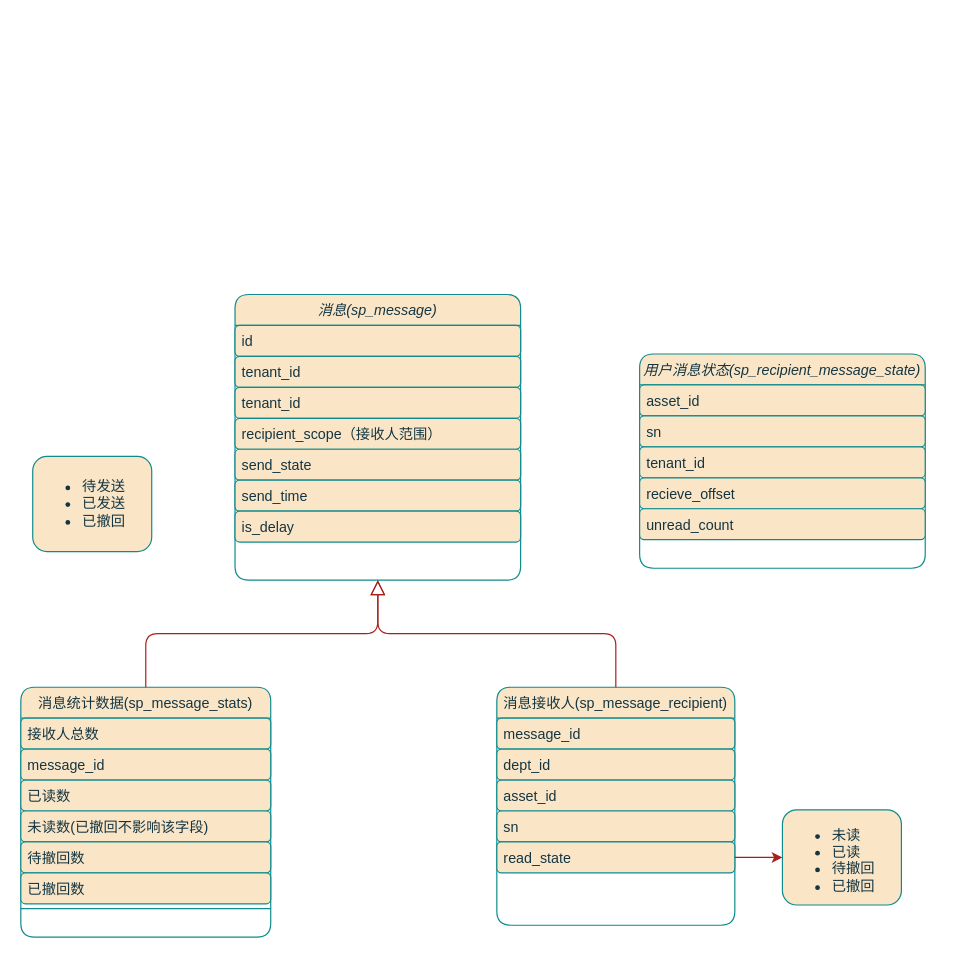
jiswordsman/diagram keeps this draw.io diagram as work/service_portal/F9消息通知类图.drawio. Above is the earlier version. Source tidied: cells renumbered, new cells numbered last; positions are measured from the earlier drawing's top-left corner, leaving out a move shared by most shapes. Both pictures are drawn from the tidied source at 119%, with x=0, y=0 at pixel (20, 294).
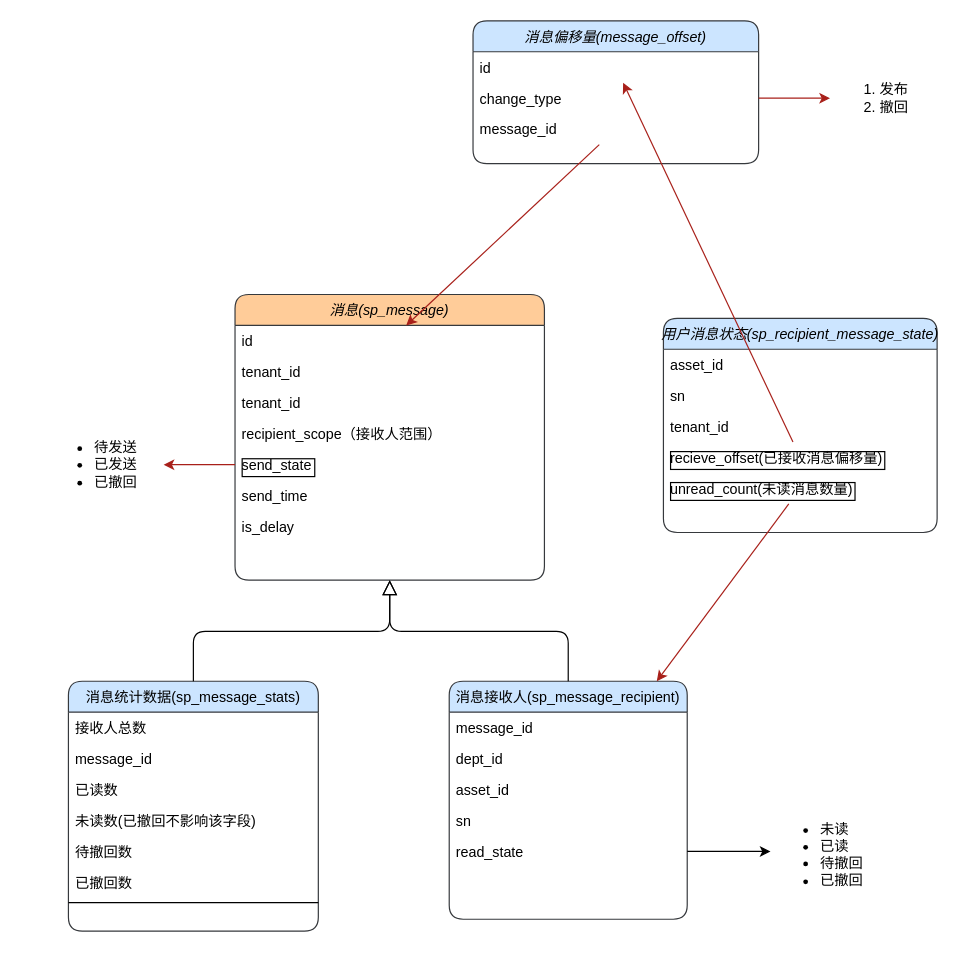
The same page after the edit.

Commit message:
更新F9消息通知类图.drawio

What changed in the source:
```diff
@@
-    <mxCell id="2" value="消息(sp_message)" style="swimlane;fontStyle=2;align=center;verticalAlign=top;horizontal=1;startSize=26;rounded=1;shadow=0;strokeWidth=1;fillColor=#FAE5C7;strokeColor=#0F8B8D;labelBackgroundColor=none;fontColor=#143642;" parent="1" vertex="1">
-      <mxGeometry x="180" width="240" height="240" as="geometry" />
+    <mxCell id="2" value="消息(sp_message)" style="swimlane;fontStyle=2;align=center;verticalAlign=top;horizontal=1;startSize=26;rounded=1;shadow=0;strokeWidth=1;labelBackgroundColor=none;fillColor=#ffcc99;strokeColor=#36393d;" parent="1" vertex="1">
+      <mxGeometry x="180" width="260" height="240" as="geometry" />
     </mxCell>
-    <mxCell id="3" value="id" style="text;align=left;verticalAlign=top;spacingLeft=4;spacingRight=4;overflow=hidden;points=[[0,0.5],[1,0.5]];portConstraint=eastwest;fillColor=#FAE5C7;strokeColor=#0F8B8D;rounded=1;labelBackgroundColor=none;fontColor=#143642;" parent="2" vertex="1">
-      <mxGeometry y="26" width="240" height="26" as="geometry" />
+    <mxCell id="3" value="id" style="text;align=left;verticalAlign=top;spacingLeft=4;spacingRight=4;overflow=hidden;points=[[0,0.5],[1,0.5]];portConstraint=eastwest;rounded=1;labelBackgroundColor=none;" parent="2" vertex="1">
+      <mxGeometry y="26" width="260" height="26" as="geometry" />
     </mxCell>
-    <mxCell id="4" value="tenant_id" style="text;align=left;verticalAlign=top;spacingLeft=4;spacingRight=4;overflow=hidden;rounded=1;shadow=0;html=0;fillColor=#FAE5C7;strokeColor=#0F8B8D;labelBackgroundColor=none;fontColor=#143642;" parent="2" vertex="1">
-      <mxGeometry y="52" width="240" height="26" as="geometry" />
+    <mxCell id="4" value="tenant_id" style="text;align=left;verticalAlign=top;spacingLeft=4;spacingRight=4;overflow=hidden;rounded=1;shadow=0;html=0;labelBackgroundColor=none;" parent="2" vertex="1">
+      <mxGeometry y="52" width="260" height="26" as="geometry" />
     </mxCell>
-    <mxCell id="5" value="tenant_id" style="text;align=left;verticalAlign=top;spacingLeft=4;spacingRight=4;overflow=hidden;rounded=1;shadow=0;html=0;fillColor=#FAE5C7;strokeColor=#0F8B8D;labelBackgroundColor=none;fontColor=#143642;" parent="2" vertex="1">
-      <mxGeometry y="78" width="240" height="26" as="geometry" />
+    <mxCell id="5" value="tenant_id" style="text;align=left;verticalAlign=top;spacingLeft=4;spacingRight=4;overflow=hidden;rounded=1;shadow=0;html=0;labelBackgroundColor=none;" parent="2" vertex="1">
+      <mxGeometry y="78" width="260" height="26" as="geometry" />
     </mxCell>
-    <mxCell id="6" value="recipient_scope（接收人范围）" style="text;align=left;verticalAlign=top;spacingLeft=4;spacingRight=4;overflow=hidden;rounded=1;shadow=0;html=0;fillColor=#FAE5C7;strokeColor=#0F8B8D;labelBackgroundColor=none;fontColor=#143642;" parent="2" vertex="1">
-      <mxGeometry y="104" width="240" height="26" as="geometry" />
+    <mxCell id="6" value="recipient_scope（接收人范围）" style="text;align=left;verticalAlign=top;spacingLeft=4;spacingRight=4;overflow=hidden;rounded=1;shadow=0;html=0;labelBackgroundColor=none;" parent="2" vertex="1">
+      <mxGeometry y="104" width="260" height="26" as="geometry" />
     </mxCell>
-    <mxCell id="7" value="send_state" style="text;align=left;verticalAlign=top;spacingLeft=4;spacingRight=4;overflow=hidden;points=[[0,0.5],[1,0.5]];portConstraint=eastwest;rounded=1;shadow=0;html=0;fillColor=#FAE5C7;strokeColor=#0F8B8D;labelBackgroundColor=none;fontColor=#143642;" parent="2" vertex="1">
-      <mxGeometry y="130" width="240" height="26" as="geometry" />
+    <mxCell id="7" value="send_state" style="text;align=left;verticalAlign=top;spacingLeft=4;spacingRight=4;overflow=hidden;points=[[0,0.5],[1,0.5]];portConstraint=eastwest;rounded=1;shadow=0;html=0;labelBackgroundColor=none;labelBorderColor=default;" parent="2" vertex="1">
+      <mxGeometry y="130" width="260" height="26" as="geometry" />
     </mxCell>
-    <mxCell id="8" value="send_time" style="text;align=left;verticalAlign=top;spacingLeft=4;spacingRight=4;overflow=hidden;rounded=1;shadow=0;html=0;fillColor=#FAE5C7;strokeColor=#0F8B8D;labelBackgroundColor=none;fontColor=#143642;" parent="2" vertex="1">
-      <mxGeometry y="156" width="240" height="26" as="geometry" />
+    <mxCell id="8" value="send_time" style="text;align=left;verticalAlign=top;spacingLeft=4;spacingRight=4;overflow=hidden;rounded=1;shadow=0;html=0;labelBackgroundColor=none;" parent="2" vertex="1">
+      <mxGeometry y="156" width="260" height="26" as="geometry" />
     </mxCell>
-    <mxCell id="9" value="is_delay" style="text;align=left;verticalAlign=top;spacingLeft=4;spacingRight=4;overflow=hidden;rounded=1;shadow=0;html=0;fillColor=#FAE5C7;strokeColor=#0F8B8D;labelBackgroundColor=none;fontColor=#143642;" parent="2" vertex="1">
-      <mxGeometry y="182" width="240" height="26" as="geometry" />
+    <mxCell id="9" value="is_delay" style="text;align=left;verticalAlign=top;spacingLeft=4;spacingRight=4;overflow=hidden;rounded=1;shadow=0;html=0;labelBackgroundColor=none;" parent="2" vertex="1">
+      <mxGeometry y="182" width="260" height="26" as="geometry" />
     </mxCell>
-    <mxCell id="10" value="消息接收人(sp_message_recipient)" style="swimlane;fontStyle=0;align=center;verticalAlign=top;horizontal=1;startSize=26;rounded=1;shadow=0;strokeWidth=1;fillColor=#FAE5C7;strokeColor=#0F8B8D;labelBackgroundColor=none;fontColor=#143642;" parent="1" vertex="1">
-      <mxGeometry x="400" y="330" width="200" height="200" as="geometry" />
+    <mxCell id="10" value="消息接收人(sp_message_recipient)" style="swimlane;fontStyle=0;align=center;verticalAlign=top;horizontal=1;startSize=26;rounded=1;shadow=0;strokeWidth=1;labelBackgroundColor=none;fillColor=#cce5ff;strokeColor=#36393d;" parent="1" vertex="1">
+      <mxGeometry x="360" y="325" width="200" height="200" as="geometry" />
     </mxCell>
-    <mxCell id="11" value="message_id" style="text;align=left;verticalAlign=top;spacingLeft=4;spacingRight=4;overflow=hidden;fillColor=#FAE5C7;strokeColor=#0F8B8D;rounded=1;labelBackgroundColor=none;fontColor=#143642;" parent="10" vertex="1">
+    <mxCell id="11" value="message_id" style="text;align=left;verticalAlign=top;spacingLeft=4;spacingRight=4;overflow=hidden;rounded=1;labelBackgroundColor=none;" parent="10" vertex="1">
       <mxGeometry y="26" width="200" height="26" as="geometry" />
     </mxCell>
-    <mxCell id="12" value="dept_id" style="text;align=left;verticalAlign=top;spacingLeft=4;spacingRight=4;overflow=hidden;rounded=1;shadow=0;html=0;fillColor=#FAE5C7;strokeColor=#0F8B8D;labelBackgroundColor=none;fontColor=#143642;" parent="10" vertex="1">
+    <mxCell id="12" value="dept_id" style="text;align=left;verticalAlign=top;spacingLeft=4;spacingRight=4;overflow=hidden;rounded=1;shadow=0;html=0;labelBackgroundColor=none;" parent="10" vertex="1">
       <mxGeometry y="52" width="200" height="26" as="geometry" />
     </mxCell>
-    <mxCell id="13" value="asset_id" style="text;align=left;verticalAlign=top;spacingLeft=4;spacingRight=4;overflow=hidden;rounded=1;shadow=0;html=0;fillColor=#FAE5C7;strokeColor=#0F8B8D;labelBackgroundColor=none;fontColor=#143642;" parent="10" vertex="1">
+    <mxCell id="13" value="asset_id" style="text;align=left;verticalAlign=top;spacingLeft=4;spacingRight=4;overflow=hidden;rounded=1;shadow=0;html=0;labelBackgroundColor=none;" parent="10" vertex="1">
       <mxGeometry y="78" width="200" height="26" as="geometry" />
     </mxCell>
-    <mxCell id="14" value="sn" style="text;align=left;verticalAlign=top;spacingLeft=4;spacingRight=4;overflow=hidden;rounded=1;shadow=0;html=0;fillColor=#FAE5C7;strokeColor=#0F8B8D;labelBackgroundColor=none;fontColor=#143642;" parent="10" vertex="1">
+    <mxCell id="14" value="sn" style="text;align=left;verticalAlign=top;spacingLeft=4;spacingRight=4;overflow=hidden;rounded=1;shadow=0;html=0;labelBackgroundColor=none;" parent="10" vertex="1">
       <mxGeometry y="104" width="200" height="26" as="geometry" />
     </mxCell>
-    <mxCell id="15" value="read_state" style="text;align=left;verticalAlign=top;spacingLeft=4;spacingRight=4;overflow=hidden;points=[[0,0.5],[1,0.5]];portConstraint=eastwest;rounded=1;shadow=0;html=0;fillColor=#FAE5C7;strokeColor=#0F8B8D;labelBackgroundColor=none;fontColor=#143642;" parent="10" vertex="1">
+    <mxCell id="15" value="read_state" style="text;align=left;verticalAlign=top;spacingLeft=4;spacingRight=4;overflow=hidden;points=[[0,0.5],[1,0.5]];portConstraint=eastwest;rounded=1;shadow=0;html=0;labelBackgroundColor=none;" parent="10" vertex="1">
       <mxGeometry y="130" width="200" height="26" as="geometry" />
     </mxCell>
-    <mxCell id="16" style="endArrow=block;endSize=10;endFill=0;shadow=0;strokeWidth=1;rounded=1;edgeStyle=elbowEdgeStyle;elbow=vertical;fillColor=#FAE5C7;strokeColor=#A8201A;labelBackgroundColor=none;fontColor=default;" parent="1" edge="1" source="10" target="2">
+    <mxCell id="16" style="endArrow=block;endSize=10;endFill=0;shadow=0;strokeWidth=1;rounded=1;edgeStyle=elbowEdgeStyle;elbow=vertical;labelBackgroundColor=none;fontColor=default;" parent="1" edge="1" source="10" target="2">
       <mxGeometry relative="1" as="geometry" />
     </mxCell>
-    <mxCell id="17" value="消息统计数据(sp_message_stats)" style="swimlane;fontStyle=0;align=center;verticalAlign=top;horizontal=1;startSize=26;rounded=1;shadow=0;strokeWidth=1;fillColor=#FAE5C7;strokeColor=#0F8B8D;labelBackgroundColor=none;fontColor=#143642;" parent="1" vertex="1">
-      <mxGeometry y="330" width="210" height="210" as="geometry" />
+    <mxCell id="17" value="消息统计数据(sp_message_stats)" style="swimlane;fontStyle=0;align=center;verticalAlign=top;horizontal=1;startSize=26;rounded=1;shadow=0;strokeWidth=1;labelBackgroundColor=none;fillColor=#cce5ff;strokeColor=#36393d;" parent="1" vertex="1">
+      <mxGeometry x="40" y="325" width="210" height="210" as="geometry" />
     </mxCell>
-    <mxCell id="18" value="接收人总数" style="text;align=left;verticalAlign=top;spacingLeft=4;spacingRight=4;overflow=hidden;fillColor=#FAE5C7;strokeColor=#0F8B8D;rounded=1;labelBackgroundColor=none;fontColor=#143642;" parent="17" vertex="1">
+    <mxCell id="18" value="接收人总数" style="text;align=left;verticalAlign=top;spacingLeft=4;spacingRight=4;overflow=hidden;rounded=1;labelBackgroundColor=none;" parent="17" vertex="1">
       <mxGeometry y="26" width="210" height="26" as="geometry" />
     </mxCell>
-    <mxCell id="19" value="message_id" style="text;align=left;verticalAlign=top;spacingLeft=4;spacingRight=4;overflow=hidden;fillColor=#FAE5C7;strokeColor=#0F8B8D;rounded=1;labelBackgroundColor=none;fontColor=#143642;" parent="17" vertex="1">
+    <mxCell id="19" value="message_id" style="text;align=left;verticalAlign=top;spacingLeft=4;spacingRight=4;overflow=hidden;rounded=1;labelBackgroundColor=none;" parent="17" vertex="1">
       <mxGeometry y="52" width="210" height="26" as="geometry" />
     </mxCell>
-    <mxCell id="20" value="已读数" style="text;align=left;verticalAlign=top;spacingLeft=4;spacingRight=4;overflow=hidden;fillColor=#FAE5C7;strokeColor=#0F8B8D;rounded=1;labelBackgroundColor=none;fontColor=#143642;" parent="17" vertex="1">
+    <mxCell id="20" value="已读数" style="text;align=left;verticalAlign=top;spacingLeft=4;spacingRight=4;overflow=hidden;rounded=1;labelBackgroundColor=none;" parent="17" vertex="1">
       <mxGeometry y="78" width="210" height="26" as="geometry" />
     </mxCell>
-    <mxCell id="21" value="未读数(已撤回不影响该字段)" style="text;align=left;verticalAlign=top;spacingLeft=4;spacingRight=4;overflow=hidden;fillColor=#FAE5C7;strokeColor=#0F8B8D;rounded=1;labelBackgroundColor=none;fontColor=#143642;" parent="17" vertex="1">
+    <mxCell id="21" value="未读数(已撤回不影响该字段)" style="text;align=left;verticalAlign=top;spacingLeft=4;spacingRight=4;overflow=hidden;rounded=1;labelBackgroundColor=none;" parent="17" vertex="1">
       <mxGeometry y="104" width="210" height="26" as="geometry" />
     </mxCell>
-    <mxCell id="22" value="待撤回数" style="text;align=left;verticalAlign=top;spacingLeft=4;spacingRight=4;overflow=hidden;fillColor=#FAE5C7;strokeColor=#0F8B8D;rounded=1;labelBackgroundColor=none;fontColor=#143642;" parent="17" vertex="1">
+    <mxCell id="22" value="待撤回数" style="text;align=left;verticalAlign=top;spacingLeft=4;spacingRight=4;overflow=hidden;rounded=1;labelBackgroundColor=none;" parent="17" vertex="1">
       <mxGeometry y="130" width="210" height="26" as="geometry" />
     </mxCell>
-    <mxCell id="23" value="已撤回数" style="text;align=left;verticalAlign=top;spacingLeft=4;spacingRight=4;overflow=hidden;fillColor=#FAE5C7;strokeColor=#0F8B8D;rounded=1;labelBackgroundColor=none;fontColor=#143642;" parent="17" vertex="1">
+    <mxCell id="23" value="已撤回数" style="text;align=left;verticalAlign=top;spacingLeft=4;spacingRight=4;overflow=hidden;rounded=1;labelBackgroundColor=none;" parent="17" vertex="1">
       <mxGeometry y="156" width="210" height="26" as="geometry" />
     </mxCell>
-    <mxCell id="24" style="line;html=1;strokeWidth=1;align=left;verticalAlign=middle;spacingTop=-1;spacingLeft=3;spacingRight=3;labelPosition=right;fillColor=#FAE5C7;strokeColor=#0F8B8D;rounded=1;labelBackgroundColor=none;fontColor=#143642;" parent="17" vertex="1">
+    <mxCell id="24" style="line;html=1;strokeWidth=1;align=left;verticalAlign=middle;spacingTop=-1;spacingLeft=3;spacingRight=3;labelPosition=right;rounded=1;labelBackgroundColor=none;" parent="17" vertex="1">
       <mxGeometry y="182" width="210" height="8" as="geometry" />
     </mxCell>
-    <mxCell id="25" style="endArrow=block;endSize=10;endFill=0;shadow=0;strokeWidth=1;rounded=1;edgeStyle=elbowEdgeStyle;elbow=vertical;fillColor=#FAE5C7;strokeColor=#A8201A;labelBackgroundColor=none;fontColor=default;" parent="1" edge="1" source="17" target="2">
+    <mxCell id="25" style="endArrow=block;endSize=10;endFill=0;shadow=0;strokeWidth=1;rounded=1;edgeStyle=elbowEdgeStyle;elbow=vertical;labelBackgroundColor=none;fontColor=default;" parent="1" edge="1" source="17" target="2">
       <mxGeometry relative="1" as="geometry" />
     </mxCell>
-    <mxCell id="26" value="&lt;ul&gt;&lt;li&gt;未读&lt;/li&gt;&lt;li&gt;已读&lt;/li&gt;&lt;li&gt;待撤回&lt;/li&gt;&lt;li&gt;已撤回&lt;/li&gt;&lt;/ul&gt;" style="text;html=1;whiteSpace=wrap;verticalAlign=middle;overflow=hidden;fillColor=#FAE5C7;strokeColor=#0F8B8D;rounded=1;labelBackgroundColor=none;fontColor=#143642;" parent="1" vertex="1">
-      <mxGeometry x="640" y="433" width="100" height="80" as="geometry" />
+    <mxCell id="26" value="&lt;ul&gt;&lt;li&gt;未读&lt;/li&gt;&lt;li&gt;已读&lt;/li&gt;&lt;li&gt;待撤回&lt;/li&gt;&lt;li&gt;已撤回&lt;/li&gt;&lt;/ul&gt;" style="text;html=1;whiteSpace=wrap;verticalAlign=middle;overflow=hidden;rounded=1;labelBackgroundColor=none;" parent="1" vertex="1">
+      <mxGeometry x="630" y="428" width="100" height="80" as="geometry" />
     </mxCell>
-    <mxCell id="27" style="edgeStyle=orthogonalEdgeStyle;rounded=1;jettySize=auto;html=1;fillColor=#FAE5C7;strokeColor=#A8201A;labelBackgroundColor=none;fontColor=default;" parent="1" edge="1" source="15" target="26">
+    <mxCell id="27" style="edgeStyle=orthogonalEdgeStyle;rounded=1;jettySize=auto;html=1;labelBackgroundColor=none;fontColor=default;" parent="1" edge="1" source="15" target="26">
       <mxGeometry relative="1" as="geometry" />
     </mxCell>
-    <mxCell id="28" value="&lt;ul&gt;&lt;li&gt;待发送&lt;/li&gt;&lt;li&gt;已发送&lt;/li&gt;&lt;li&gt;已撤回&lt;/li&gt;&lt;/ul&gt;" style="text;html=1;whiteSpace=wrap;verticalAlign=middle;overflow=hidden;fillColor=#FAE5C7;strokeColor=#0F8B8D;rounded=1;labelBackgroundColor=none;fontColor=#143642;" parent="1" vertex="1">
-      <mxGeometry x="10" y="136" width="100" height="80" as="geometry" />
+    <mxCell id="28" value="&lt;ul&gt;&lt;li&gt;待发送&lt;/li&gt;&lt;li&gt;已发送&lt;/li&gt;&lt;li&gt;已撤回&lt;/li&gt;&lt;/ul&gt;" style="text;html=1;whiteSpace=wrap;verticalAlign=middle;overflow=hidden;rounded=1;labelBackgroundColor=none;" parent="1" vertex="1">
+      <mxGeometry x="20" y="103" width="100" height="80" as="geometry" />
     </mxCell>
-    <mxCell id="29" value="用户消息状态(sp_recipient_message_state)" style="swimlane;fontStyle=2;align=center;verticalAlign=top;horizontal=1;startSize=26;rounded=1;shadow=0;strokeWidth=1;fillColor=#FAE5C7;strokeColor=#0F8B8D;labelBackgroundColor=none;fontColor=#143642;" parent="1" vertex="1">
-      <mxGeometry x="520" y="50" width="240" height="180" as="geometry" />
+    <mxCell id="29" value="用户消息状态(sp_recipient_message_state)" style="swimlane;fontStyle=2;align=center;verticalAlign=top;horizontal=1;startSize=26;rounded=1;shadow=0;strokeWidth=1;labelBackgroundColor=none;fillColor=#cce5ff;strokeColor=#36393d;" parent="1" vertex="1">
+      <mxGeometry x="540" y="20" width="230" height="180" as="geometry" />
     </mxCell>
-    <mxCell id="30" value="asset_id" style="text;align=left;verticalAlign=top;spacingLeft=4;spacingRight=4;overflow=hidden;fillColor=#FAE5C7;strokeColor=#0F8B8D;rounded=1;labelBackgroundColor=none;fontColor=#143642;" parent="29" vertex="1">
-      <mxGeometry y="26" width="240" height="26" as="geometry" />
+    <mxCell id="30" value="asset_id" style="text;align=left;verticalAlign=top;spacingLeft=4;spacingRight=4;overflow=hidden;rounded=1;labelBackgroundColor=none;" parent="29" vertex="1">
+      <mxGeometry y="26" width="230" height="26" as="geometry" />
     </mxCell>
-    <mxCell id="31" value="sn" style="text;align=left;verticalAlign=top;spacingLeft=4;spacingRight=4;overflow=hidden;rounded=1;shadow=0;html=0;fillColor=#FAE5C7;strokeColor=#0F8B8D;labelBackgroundColor=none;fontColor=#143642;" parent="29" vertex="1">
-      <mxGeometry y="52" width="240" height="26" as="geometry" />
+    <mxCell id="31" value="sn" style="text;align=left;verticalAlign=top;spacingLeft=4;spacingRight=4;overflow=hidden;rounded=1;shadow=0;html=0;labelBackgroundColor=none;" parent="29" vertex="1">
+      <mxGeometry y="52" width="230" height="26" as="geometry" />
     </mxCell>
-    <mxCell id="32" value="tenant_id" style="text;align=left;verticalAlign=top;spacingLeft=4;spacingRight=4;overflow=hidden;rounded=1;shadow=0;html=0;fillColor=#FAE5C7;strokeColor=#0F8B8D;labelBackgroundColor=none;fontColor=#143642;" parent="29" vertex="1">
-      <mxGeometry y="78" width="240" height="26" as="geometry" />
+    <mxCell id="32" value="tenant_id" style="text;align=left;verticalAlign=top;spacingLeft=4;spacingRight=4;overflow=hidden;rounded=1;shadow=0;html=0;labelBackgroundColor=none;" parent="29" vertex="1">
+      <mxGeometry y="78" width="230" height="26" as="geometry" />
     </mxCell>
-    <mxCell id="33" value="recieve_offset" style="text;align=left;verticalAlign=top;spacingLeft=4;spacingRight=4;overflow=hidden;points=[[0,0.5],[1,0.5]];portConstraint=eastwest;rounded=1;shadow=0;html=0;fillColor=#FAE5C7;strokeColor=#0F8B8D;labelBackgroundColor=none;fontColor=#143642;" parent="29" vertex="1">
-      <mxGeometry y="104" width="240" height="26" as="geometry" />
+    <mxCell id="33" value="recieve_offset(已接收消息偏移量)" style="text;align=left;verticalAlign=top;spacingLeft=4;spacingRight=4;overflow=hidden;points=[[0,0.5],[1,0.5]];portConstraint=eastwest;rounded=1;shadow=0;html=0;labelBackgroundColor=none;labelBorderColor=default;" parent="29" vertex="1">
+      <mxGeometry y="104" width="230" height="26" as="geometry" />
     </mxCell>
-    <mxCell id="34" value="unread_count" style="text;align=left;verticalAlign=top;spacingLeft=4;spacingRight=4;overflow=hidden;points=[[0,0.5],[1,0.5]];portConstraint=eastwest;rounded=1;shadow=0;html=0;fillColor=#FAE5C7;strokeColor=#0F8B8D;labelBackgroundColor=none;fontColor=#143642;" parent="29" vertex="1">
-      <mxGeometry y="130" width="240" height="26" as="geometry" />
+    <mxCell id="34" value="unread_count(未读消息数量)" style="text;align=left;verticalAlign=top;spacingLeft=4;spacingRight=4;overflow=hidden;points=[[0,0.5],[1,0.5]];portConstraint=eastwest;rounded=1;shadow=0;html=0;labelBackgroundColor=none;labelBorderColor=default;" parent="29" vertex="1">
+      <mxGeometry y="130" width="230" height="26" as="geometry" />
     </mxCell>
+    <mxCell id="35" value="消息偏移量(message_offset)" style="swimlane;fontStyle=2;align=center;verticalAlign=top;horizontal=1;startSize=26;rounded=1;shadow=0;strokeWidth=1;labelBackgroundColor=none;fillColor=#cce5ff;strokeColor=#36393d;" parent="1" vertex="1">
+      <mxGeometry x="380" y="-230" width="240" height="120" as="geometry" />
+    </mxCell>
+    <mxCell id="36" value="id" style="text;align=left;verticalAlign=top;spacingLeft=4;spacingRight=4;overflow=hidden;points=[[0,0.5],[1,0.5]];portConstraint=eastwest;rounded=1;labelBackgroundColor=none;" parent="35" vertex="1">
+      <mxGeometry y="26" width="240" height="26" as="geometry" />
+    </mxCell>
+    <mxCell id="37" value="change_type" style="text;align=left;verticalAlign=top;spacingLeft=4;spacingRight=4;overflow=hidden;points=[[0,0.5],[1,0.5]];portConstraint=eastwest;rounded=1;shadow=0;html=0;labelBackgroundColor=none;" parent="35" vertex="1">
+      <mxGeometry y="52" width="240" height="26" as="geometry" />
+    </mxCell>
+    <mxCell id="38" value="message_id" style="text;align=left;verticalAlign=top;spacingLeft=4;spacingRight=4;overflow=hidden;points=[[0,0.5],[1,0.5]];portConstraint=eastwest;rounded=1;shadow=0;html=0;labelBackgroundColor=none;" parent="35" vertex="1">
+      <mxGeometry y="78" width="240" height="26" as="geometry" />
+    </mxCell>
+    <mxCell id="39" value="&lt;ol&gt;&lt;li&gt;发布&lt;/li&gt;&lt;li&gt;撤回&lt;/li&gt;&lt;/ol&gt;" style="text;html=1;whiteSpace=wrap;verticalAlign=middle;overflow=hidden;rounded=1;" parent="1" vertex="1">
+      <mxGeometry x="680" y="-205" width="100" height="80" as="geometry" />
+    </mxCell>
+    <mxCell id="40" style="endArrow=classic;html=1;strokeColor=#A8201A;fontColor=#143642;fillColor=#FAE5C7;entryX=0;entryY=0.5;entryDx=0;entryDy=0;" parent="1" edge="1" source="37" target="39">
+      <mxGeometry relative="1" as="geometry" />
+    </mxCell>
+    <mxCell id="41" style="endArrow=classic;html=1;strokeColor=#A8201A;fontColor=#143642;fillColor=#FAE5C7;" parent="1" edge="1" source="38" target="3">
+      <mxGeometry relative="1" as="geometry" />
+    </mxCell>
+    <mxCell id="42" style="endArrow=classic;html=1;strokeColor=#A8201A;fontColor=#143642;fillColor=#FAE5C7;" parent="1" edge="1" source="33" target="36">
+      <mxGeometry relative="1" as="geometry" />
+    </mxCell>
+    <mxCell id="43" style="endArrow=classic;html=1;strokeColor=#A8201A;fontColor=#143642;fillColor=#FAE5C7;" parent="1" edge="1" source="34" target="10">
+      <mxGeometry relative="1" as="geometry" />
+    </mxCell>
+    <mxCell id="44" style="endArrow=classic;html=1;strokeColor=#A8201A;fontColor=#143642;fillColor=#FAE5C7;exitX=0;exitY=0.5;exitDx=0;exitDy=0;" parent="1" edge="1" source="7" target="28">
+      <mxGeometry relative="1" as="geometry" />
+    </mxCell>
```
